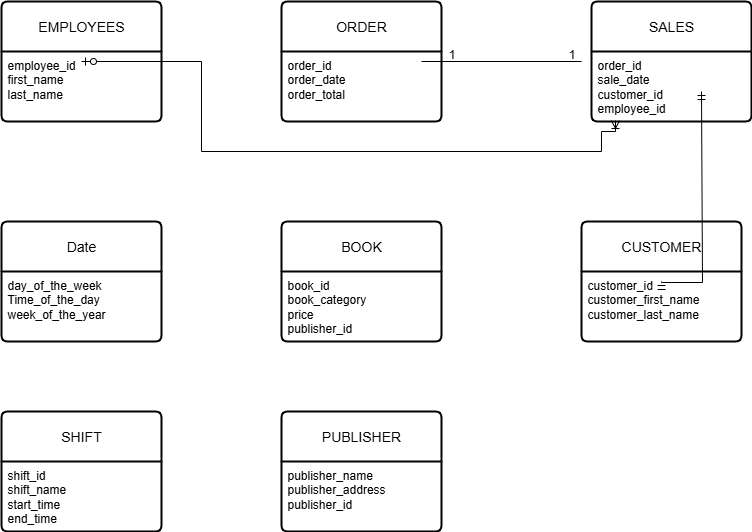
Before: 02_activities/assignments/Two Entity-Relationship Diagrams.png, a diagram exported from draw.io (UofT-DSI/sql). Source tidied: cells renumbered, new cells last; positions are measured from the earlier drawing's top-left corner, leaving out a move shared by most shapes.
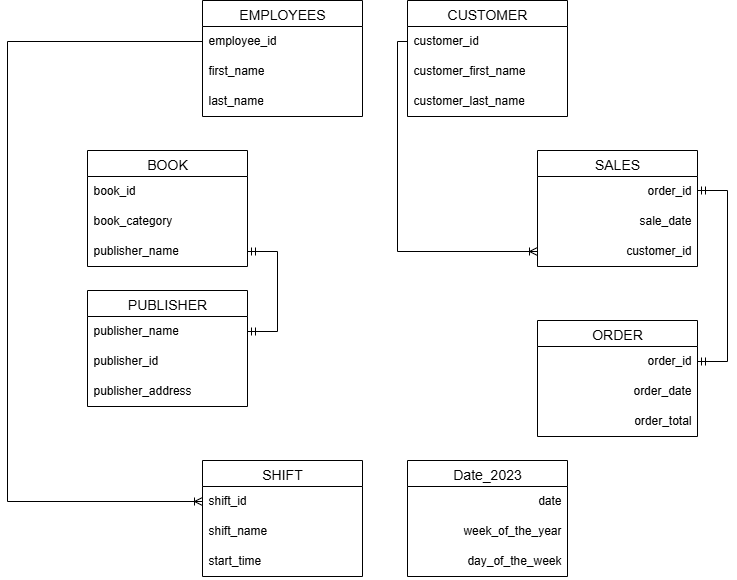
Later version of the same file.

What changed in the source:
```diff
@@ -2,87 +2,133 @@
   <root>
     <mxCell id="0" />
     <mxCell id="1" parent="0" />
-    <mxCell id="2" value="EMPLOYEES" style="swimlane;horizontal=1;startSize=50;rounded=1;fontSize=14;fontStyle=0;strokeWidth=2;shadow=0;dashed=0;align=center;arcSize=4;whiteSpace=wrap;html=1;" parent="1" vertex="1">
-      <mxGeometry width="160" height="120" as="geometry" />
+    <mxCell id="2" value="EMPLOYEES" style="swimlane;fontStyle=0;horizontal=1;startSize=26;align=center;fontSize=14;" parent="1" vertex="1">
+      <mxGeometry x="225" y="-130" width="160" height="116" as="geometry" />
     </mxCell>
-    <mxCell id="3" value="employee_id&lt;br&gt;first_name&lt;br&gt;last_name&lt;div&gt;&lt;br&gt;&lt;/div&gt;" style="align=left;strokeColor=none;fillColor=none;spacingLeft=4;spacingRight=4;fontSize=12;verticalAlign=top;html=1;whiteSpace=wrap;" parent="2" vertex="1">
-      <mxGeometry y="50" width="160" height="70" as="geometry" />
-    </mxCell>
+    <mxCell id="23" value="employee_id&lt;div&gt;&lt;br&gt;&lt;/div&gt;" style="text;strokeColor=none;fillColor=none;spacingLeft=4;spacingRight=4;overflow=hidden;points=[[0,0.5],[1,0.5]];portConstraint=eastwest;fontSize=12;whiteSpace=wrap;html=1;" parent="2" vertex="1">
+      <mxGeometry y="26" width="160" height="30" as="geometry" />
+    </mxCell>
+    <mxCell id="24" value="first_name" style="text;strokeColor=none;fillColor=none;spacingLeft=4;spacingRight=4;overflow=hidden;fontSize=12;whiteSpace=wrap;html=1;" parent="2" vertex="1">
+      <mxGeometry y="56" width="160" height="30" as="geometry" />
+    </mxCell>
+    <mxCell id="25" value="last_name" style="text;strokeColor=none;fillColor=none;spacingLeft=4;spacingRight=4;overflow=hidden;fontSize=12;whiteSpace=wrap;html=1;" parent="2" vertex="1">
+      <mxGeometry y="86" width="160" height="30" as="geometry" />
+    </mxCell>
+    <mxCell id="10" value="ORDER" style="swimlane;fontStyle=0;horizontal=1;startSize=26;align=center;fontSize=14;" parent="1" vertex="1">
+      <mxGeometry x="560" y="190" width="160" height="116" as="geometry" />
+    </mxCell>
+    <mxCell id="26" value="order_id" style="text;strokeColor=none;fillColor=none;spacingLeft=4;spacingRight=4;overflow=hidden;points=[[0,0.5],[1,0.5]];portConstraint=eastwest;fontSize=12;whiteSpace=wrap;html=1;align=right;" parent="10" vertex="1">
+      <mxGeometry y="26" width="160" height="30" as="geometry" />
+    </mxCell>
+    <mxCell id="27" value="order_date" style="text;strokeColor=none;fillColor=none;spacingLeft=4;spacingRight=4;overflow=hidden;fontSize=12;whiteSpace=wrap;html=1;align=right;" parent="10" vertex="1">
+      <mxGeometry y="56" width="160" height="30" as="geometry" />
+    </mxCell>
+    <mxCell id="28" value="order_total" style="text;strokeColor=none;fillColor=none;spacingLeft=4;spacingRight=4;overflow=hidden;fontSize=12;whiteSpace=wrap;html=1;align=right;" parent="10" vertex="1">
+      <mxGeometry y="86" width="160" height="30" as="geometry" />
+    </mxCell>
+    <mxCell id="29" value="Date_2023" style="swimlane;fontStyle=0;horizontal=1;startSize=26;align=center;fontSize=14;" parent="1" vertex="1">
+      <mxGeometry x="430" y="330" width="160" height="116" as="geometry" />
+    </mxCell>
+    <mxCell id="30" value="date" style="text;strokeColor=none;fillColor=none;spacingLeft=4;spacingRight=4;overflow=hidden;fontSize=12;whiteSpace=wrap;html=1;align=right;" parent="29" vertex="1">
+      <mxGeometry y="26" width="160" height="30" as="geometry" />
+    </mxCell>
+    <mxCell id="31" value="week_of_the_year" style="text;strokeColor=none;fillColor=none;spacingLeft=4;spacingRight=4;overflow=hidden;fontSize=12;whiteSpace=wrap;html=1;align=right;" parent="29" vertex="1">
+      <mxGeometry y="56" width="160" height="30" as="geometry" />
+    </mxCell>
+    <mxCell id="32" value="day_of_the_week" style="text;strokeColor=none;fillColor=none;spacingLeft=4;spacingRight=4;overflow=hidden;fontSize=12;whiteSpace=wrap;html=1;align=right;" parent="29" vertex="1">
+      <mxGeometry y="86" width="160" height="30" as="geometry" />
+    </mxCell>
+    <mxCell id="12" value="BOOK" style="swimlane;fontStyle=0;horizontal=1;startSize=26;align=center;fontSize=14;" parent="1" vertex="1">
+      <mxGeometry x="110" y="20" width="160" height="116" as="geometry" />
+    </mxCell>
+    <mxCell id="33" value="book_id" style="text;strokeColor=none;fillColor=none;spacingLeft=4;spacingRight=4;overflow=hidden;fontSize=12;whiteSpace=wrap;html=1;" parent="12" vertex="1">
+      <mxGeometry y="26" width="160" height="30" as="geometry" />
+    </mxCell>
+    <mxCell id="34" value="book_category" style="text;strokeColor=none;fillColor=none;spacingLeft=4;spacingRight=4;overflow=hidden;fontSize=12;whiteSpace=wrap;html=1;" parent="12" vertex="1">
+      <mxGeometry y="56" width="160" height="30" as="geometry" />
+    </mxCell>
+    <mxCell id="35" value="publisher_name" style="text;strokeColor=none;fillColor=none;spacingLeft=4;spacingRight=4;overflow=hidden;points=[[0,0.5],[1,0.5]];portConstraint=eastwest;fontSize=12;whiteSpace=wrap;html=1;" parent="12" vertex="1">
+      <mxGeometry y="86" width="160" height="30" as="geometry" />
+    </mxCell>
-    <mxCell id="4" value="SALES" style="swimlane;horizontal=1;startSize=50;rounded=1;fontSize=14;fontStyle=0;strokeWidth=2;shadow=0;dashed=0;align=center;arcSize=4;whiteSpace=wrap;html=1;" parent="1" vertex="1">
-      <mxGeometry x="590" width="160" height="120" as="geometry" />
+    <mxCell id="4" value="SALES" style="swimlane;fontStyle=0;horizontal=1;startSize=26;align=center;fontSize=14;" parent="1" vertex="1">
+      <mxGeometry x="560" y="20" width="160" height="116" as="geometry" />
     </mxCell>
-    <mxCell id="5" value="order_id&lt;br&gt;sale_date&lt;br&gt;customer_id&lt;div&gt;employee_id&lt;/div&gt;" style="align=left;strokeColor=none;fillColor=none;spacingLeft=4;spacingRight=4;fontSize=12;verticalAlign=top;html=1;whiteSpace=wrap;" parent="4" vertex="1">
-      <mxGeometry y="50" width="160" height="70" as="geometry" />
-    </mxCell>
+    <mxCell id="36" value="order_id" style="text;strokeColor=none;fillColor=none;spacingLeft=4;spacingRight=4;overflow=hidden;fontSize=12;whiteSpace=wrap;html=1;align=right;" parent="4" vertex="1">
+      <mxGeometry y="26" width="160" height="30" as="geometry" />
+    </mxCell>
+    <mxCell id="37" value="sale_date" style="text;strokeColor=none;fillColor=none;spacingLeft=4;spacingRight=4;overflow=hidden;fontSize=12;whiteSpace=wrap;html=1;align=right;" parent="4" vertex="1">
+      <mxGeometry y="56" width="160" height="30" as="geometry" />
+    </mxCell>
+    <mxCell id="38" style="edgeStyle=entityRelationEdgeStyle;fontSize=12;html=1;endArrow=ERmandOne;startArrow=ERmandOne;rounded=0;" parent="4" edge="1" target="26">
+      <mxGeometry relative="1" as="geometry">
+        <mxPoint x="160" y="40" as="sourcePoint" />
+        <Array as="points">
+          <mxPoint x="90" y="50" />
+          <mxPoint x="100" y="150" />
+          <mxPoint x="90" y="190" />
+        </Array>
+      </mxGeometry>
+    </mxCell>
+    <mxCell id="39" value="customer_id" style="text;strokeColor=none;fillColor=none;spacingLeft=4;spacingRight=4;overflow=hidden;points=[[0,0.5],[1,0.5]];portConstraint=eastwest;fontSize=12;whiteSpace=wrap;html=1;align=right;" parent="4" vertex="1">
+      <mxGeometry y="86" width="160" height="30" as="geometry" />
+    </mxCell>
-    <mxCell id="6" value="CUSTOMER" style="swimlane;horizontal=1;startSize=50;rounded=1;fontSize=14;fontStyle=0;strokeWidth=2;shadow=0;dashed=0;align=center;arcSize=4;whiteSpace=wrap;html=1;" parent="1" vertex="1">
-      <mxGeometry x="580" y="220" width="160" height="120" as="geometry" />
+    <mxCell id="6" value="CUSTOMER" style="swimlane;fontStyle=0;horizontal=1;startSize=26;align=center;fontSize=14;" parent="1" vertex="1">
+      <mxGeometry x="430" y="-130" width="160" height="116" as="geometry" />
     </mxCell>
-    <mxCell id="7" value="customer_id&lt;br&gt;customer_first_name&lt;br&gt;customer_last_name" style="align=left;strokeColor=none;fillColor=none;spacingLeft=4;spacingRight=4;fontSize=12;verticalAlign=top;html=1;whiteSpace=wrap;" parent="6" vertex="1">
-      <mxGeometry y="50" width="160" height="70" as="geometry" />
-    </mxCell>
-    <mxCell id="8" value="Date" style="swimlane;horizontal=1;startSize=50;rounded=1;fontSize=14;fontStyle=0;strokeWidth=2;shadow=0;dashed=0;align=center;arcSize=4;whiteSpace=wrap;html=1;" parent="1" vertex="1">
-      <mxGeometry y="220" width="160" height="120" as="geometry" />
-    </mxCell>
-    <mxCell id="9" value="day_of_the_week&lt;br&gt;Time_of_the_day&lt;br&gt;week_of_the_year" style="align=left;strokeColor=none;fillColor=none;spacingLeft=4;spacingRight=4;fontSize=12;verticalAlign=top;html=1;whiteSpace=wrap;" parent="8" vertex="1">
-      <mxGeometry y="50" width="160" height="70" as="geometry" />
-    </mxCell>
-    <mxCell id="10" value="ORDER" style="swimlane;horizontal=1;startSize=50;rounded=1;fontSize=14;fontStyle=0;strokeWidth=2;shadow=0;dashed=0;align=center;arcSize=4;whiteSpace=wrap;html=1;" parent="1" vertex="1">
-      <mxGeometry x="280" width="160" height="120" as="geometry" />
-    </mxCell>
-    <mxCell id="11" value="order_id&lt;br&gt;order_date&lt;br&gt;order_total" style="align=left;strokeColor=none;fillColor=none;spacingLeft=4;spacingRight=4;fontSize=12;verticalAlign=top;html=1;whiteSpace=wrap;" parent="10" vertex="1">
-      <mxGeometry y="50" width="160" height="70" as="geometry" />
-    </mxCell>
-    <mxCell id="12" value="BOOK" style="swimlane;horizontal=1;startSize=50;rounded=1;fontSize=14;fontStyle=0;strokeWidth=2;shadow=0;dashed=0;align=center;arcSize=4;whiteSpace=wrap;html=1;" parent="1" vertex="1">
-      <mxGeometry x="280" y="220" width="160" height="120" as="geometry" />
-    </mxCell>
-    <mxCell id="13" value="book_id&lt;div&gt;book_category&lt;/div&gt;&lt;div&gt;price&lt;/div&gt;&lt;div&gt;publisher_id&lt;/div&gt;&lt;div&gt;&lt;br&gt;&lt;/div&gt;" style="align=left;strokeColor=none;fillColor=none;spacingLeft=4;spacingRight=4;fontSize=12;verticalAlign=top;html=1;whiteSpace=wrap;" parent="12" vertex="1">
-      <mxGeometry y="50" width="160" height="70" as="geometry" />
-    </mxCell>
+    <mxCell id="40" value="customer_id" style="text;strokeColor=none;fillColor=none;spacingLeft=4;spacingRight=4;overflow=hidden;points=[[0,0.5],[1,0.5]];portConstraint=eastwest;fontSize=12;whiteSpace=wrap;html=1;" parent="6" vertex="1">
+      <mxGeometry y="26" width="160" height="30" as="geometry" />
+    </mxCell>
+    <mxCell id="41" value="customer_first_name" style="text;strokeColor=none;fillColor=none;spacingLeft=4;spacingRight=4;overflow=hidden;fontSize=12;whiteSpace=wrap;html=1;" parent="6" vertex="1">
+      <mxGeometry y="56" width="160" height="30" as="geometry" />
+    </mxCell>
+    <mxCell id="42" value="customer_last_name" style="text;strokeColor=none;fillColor=none;spacingLeft=4;spacingRight=4;overflow=hidden;fontSize=12;whiteSpace=wrap;html=1;" parent="6" vertex="1">
+      <mxGeometry y="86" width="160" height="30" as="geometry" />
+    </mxCell>
+    <mxCell id="16" value="SHIFT" style="swimlane;fontStyle=0;horizontal=1;startSize=26;align=center;fontSize=14;" parent="1" vertex="1">
+      <mxGeometry x="225" y="330" width="160" height="116" as="geometry" />
+    </mxCell>
+    <mxCell id="43" value="shift_id" style="text;strokeColor=none;fillColor=none;spacingLeft=4;spacingRight=4;overflow=hidden;points=[[0,0.5],[1,0.5]];portConstraint=eastwest;fontSize=12;whiteSpace=wrap;html=1;" parent="16" vertex="1">
+      <mxGeometry y="26" width="160" height="30" as="geometry" />
+    </mxCell>
+    <mxCell id="44" value="shift_name" style="text;strokeColor=none;fillColor=none;spacingLeft=4;spacingRight=4;overflow=hidden;fontSize=12;whiteSpace=wrap;html=1;" parent="16" vertex="1">
+      <mxGeometry y="56" width="160" height="30" as="geometry" />
+    </mxCell>
+    <mxCell id="45" value="start_time" style="text;strokeColor=none;fillColor=none;spacingLeft=4;spacingRight=4;overflow=hidden;fontSize=12;whiteSpace=wrap;html=1;" parent="16" vertex="1">
+      <mxGeometry y="86" width="160" height="30" as="geometry" />
+    </mxCell>
-    <mxCell id="14" value="PUBLISHER" style="swimlane;horizontal=1;startSize=50;rounded=1;fontSize=14;fontStyle=0;strokeWidth=2;shadow=0;dashed=0;align=center;arcSize=4;whiteSpace=wrap;html=1;" parent="1" vertex="1">
-      <mxGeometry x="280" y="410" width="160" height="120" as="geometry" />
+    <mxCell id="14" value="PUBLISHER" style="swimlane;fontStyle=0;horizontal=1;startSize=26;align=center;fontSize=14;" parent="1" vertex="1">
+      <mxGeometry x="110" y="160" width="160" height="116" as="geometry" />
     </mxCell>
-    <mxCell id="15" value="publisher_name&lt;br&gt;publisher_address&lt;br&gt;publisher_id" style="align=left;strokeColor=none;fillColor=none;spacingLeft=4;spacingRight=4;fontSize=12;verticalAlign=top;html=1;whiteSpace=wrap;" parent="14" vertex="1">
-      <mxGeometry y="50" width="160" height="70" as="geometry" />
-    </mxCell>
-    <mxCell id="16" value="SHIFT" style="swimlane;horizontal=1;startSize=50;rounded=1;fontSize=14;fontStyle=0;strokeWidth=2;shadow=0;dashed=0;align=center;arcSize=4;whiteSpace=wrap;html=1;" parent="1" vertex="1">
-      <mxGeometry y="410" width="160" height="120" as="geometry" />
-    </mxCell>
-    <mxCell id="17" value="shift_id&lt;br&gt;shift_name&lt;br&gt;start_time&lt;div&gt;end_time&lt;/div&gt;" style="align=left;strokeColor=none;fillColor=none;spacingLeft=4;spacingRight=4;fontSize=12;verticalAlign=top;html=1;whiteSpace=wrap;" parent="16" vertex="1">
-      <mxGeometry y="50" width="160" height="70" as="geometry" />
-    </mxCell>
-    <mxCell id="18" style="edgeStyle=orthogonalEdgeStyle;fontSize=12;html=1;endArrow=ERoneToMany;startArrow=ERzeroToOne;rounded=0;entryX=0.15;entryY=0.986;entryDx=0;entryDy=0;entryPerimeter=0;" parent="1" edge="1" target="5">
-      <mxGeometry relative="1" as="geometry">
-        <mxPoint x="80" y="60" as="sourcePoint" />
-        <Array as="points">
-          <mxPoint x="200" y="60" />
-          <mxPoint x="200" y="150" />
-          <mxPoint x="600" y="150" />
-          <mxPoint x="600" y="130" />
-          <mxPoint x="614" y="130" />
-        </Array>
-      </mxGeometry>
-    </mxCell>
-    <mxCell id="19" style="endArrow=none;html=1;rounded=0;" parent="1" edge="1">
-      <mxGeometry relative="1" as="geometry">
-        <mxPoint x="420" y="60" as="sourcePoint" />
-        <mxPoint x="580" y="60" as="targetPoint" />
-      </mxGeometry>
-    </mxCell>
-    <mxCell id="20" value="1" style="text;html=1;align=center;verticalAlign=middle;strokeColor=none;fillColor=none;" parent="1" vertex="1">
-      <mxGeometry x="555" y="38" width="30" height="30" as="geometry" />
-    </mxCell>
-    <mxCell id="21" value="1" style="text;html=1;align=center;verticalAlign=middle;strokeColor=none;fillColor=none;" parent="1" vertex="1">
-      <mxGeometry x="435" y="38" width="30" height="30" as="geometry" />
-    </mxCell>
-    <mxCell id="22" style="edgeStyle=orthogonalEdgeStyle;fontSize=12;html=1;endArrow=ERmandOne;startArrow=ERmandOne;rounded=0;" parent="1" edge="1">
-      <mxGeometry relative="1" as="geometry">
-        <mxPoint x="660" y="280" as="sourcePoint" />
-        <mxPoint x="700" y="90" as="targetPoint" />
-        <Array as="points">
-          <mxPoint x="660" y="281" />
-          <mxPoint x="701" y="281" />
-        </Array>
-      </mxGeometry>
-    </mxCell>
+    <mxCell id="46" value="publisher_name" style="text;strokeColor=none;fillColor=none;spacingLeft=4;spacingRight=4;overflow=hidden;points=[[0,0.5],[1,0.5]];portConstraint=eastwest;fontSize=12;whiteSpace=wrap;html=1;" parent="14" vertex="1">
+      <mxGeometry y="26" width="160" height="30" as="geometry" />
+    </mxCell>
+    <mxCell id="47" value="publisher_id" style="text;strokeColor=none;fillColor=none;spacingLeft=4;spacingRight=4;overflow=hidden;fontSize=12;whiteSpace=wrap;html=1;" parent="14" vertex="1">
+      <mxGeometry y="56" width="160" height="30" as="geometry" />
+    </mxCell>
+    <mxCell id="48" value="publisher_address" style="text;strokeColor=none;fillColor=none;spacingLeft=4;spacingRight=4;overflow=hidden;fontSize=12;whiteSpace=wrap;html=1;" parent="14" vertex="1">
+      <mxGeometry y="86" width="160" height="30" as="geometry" />
+    </mxCell>
+    <mxCell id="49" style="edgeStyle=orthogonalEdgeStyle;fontSize=12;html=1;endArrow=ERoneToMany;rounded=0;" parent="1" edge="1" source="23" target="43">
+      <mxGeometry relative="1" as="geometry">
+        <Array as="points">
+          <mxPoint x="30" y="-89" />
+          <mxPoint x="30" y="371" />
+        </Array>
+      </mxGeometry>
+    </mxCell>
+    <mxCell id="50" style="edgeStyle=entityRelationEdgeStyle;fontSize=12;html=1;endArrow=ERmandOne;startArrow=ERmandOne;rounded=0;" parent="1" edge="1" source="46" target="35">
+      <mxGeometry relative="1" as="geometry">
+        <Array as="points">
+          <mxPoint x="50" y="180" />
+          <mxPoint x="50" y="190" />
+          <mxPoint x="50" y="190" />
+          <mxPoint x="90" y="190" />
+          <mxPoint x="90" y="130" />
+        </Array>
+      </mxGeometry>
+    </mxCell>
+    <mxCell id="51" style="fontSize=12;html=1;endArrow=ERoneToMany;rounded=0;edgeStyle=orthogonalEdgeStyle;elbow=vertical;exitX=0;exitY=0.5;exitDx=0;exitDy=0;" parent="1" edge="1" source="40" target="39">
+      <mxGeometry relative="1" as="geometry" />
+    </mxCell>
   </root>
 </mxGraphModel>
```
